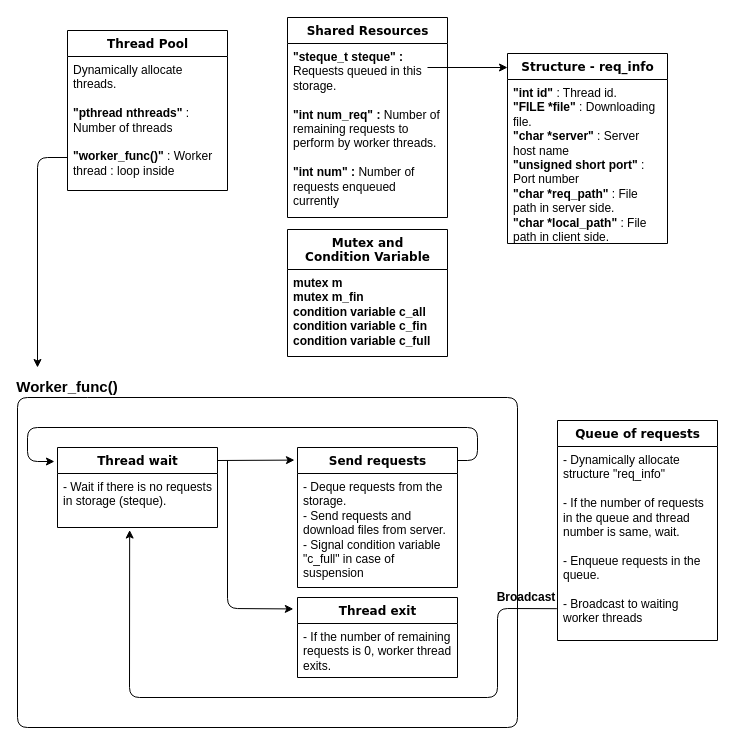
The draw.io diagram pr-second.drawio in kimilg/drawings, before the edit. Source tidied: cells renumbered, new cells numbered last; positions are measured from the earlier drawing's top-left corner, leaving out a move shared by most shapes. Both pictures are drawn from the tidied source at 100%, with x=0, y=0 at pixel (17, 17).
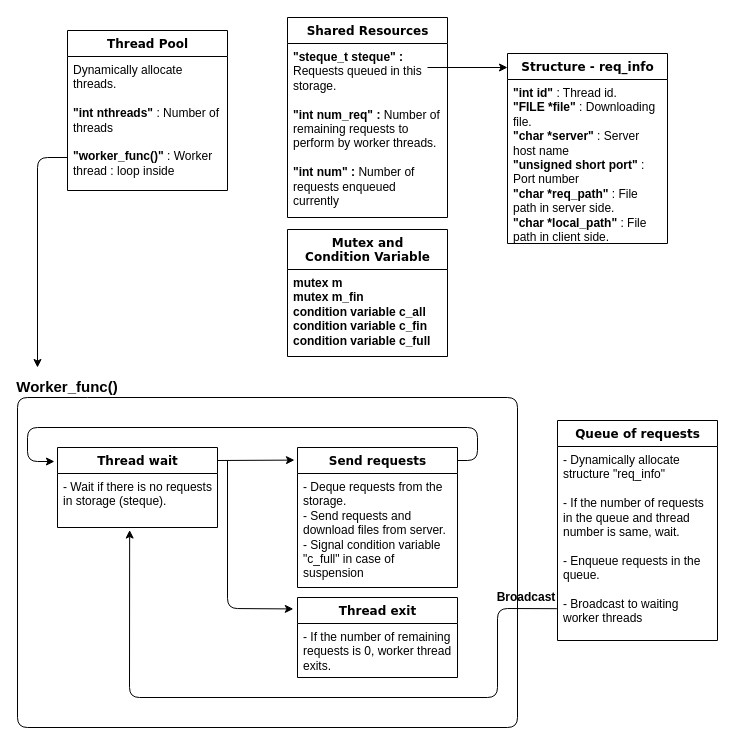
The same page after the edit.

Unchanged cells that the change refers to:
```xml
<mxCell id="2" value="Thread Pool" style="swimlane;html=1;fontStyle=1;align=center;verticalAlign=top;horizontal=1;startSize=26;swimlaneFillColor=#ffffff;rounded=0;shadow=0;comic=0;labelBackgroundColor=none;strokeWidth=1;fillColor=none;fontFamily=Verdana;fontSize=12;" parent="1" vertex="1">
  <mxGeometry x="50" y="13" width="160" height="160" as="geometry" />
</mxCell>
```

Diff of the diagram source:
```diff
@@
-    <mxCell id="3" value="Dynamically allocate threads.&lt;br&gt;&lt;br&gt;&lt;b&gt;&quot;pthread nthreads&quot;&lt;/b&gt; : Number of threads&lt;br&gt;&lt;br&gt;&lt;b&gt;&quot;worker_func()&quot; &lt;/b&gt;: Worker thread : loop inside&amp;nbsp;" style="text;html=1;strokeColor=none;fillColor=none;align=left;verticalAlign=top;spacingLeft=4;spacingRight=4;whiteSpace=wrap;overflow=hidden;" parent="2" vertex="1">
+    <mxCell id="3" value="Dynamically allocate threads.&lt;br&gt;&lt;br&gt;&lt;b&gt;&quot;int nthreads&quot;&lt;/b&gt; : Number of threads&lt;br&gt;&lt;br&gt;&lt;b&gt;&quot;worker_func()&quot; &lt;/b&gt;: Worker thread : loop inside&amp;nbsp;" style="text;html=1;strokeColor=none;fillColor=none;align=left;verticalAlign=top;spacingLeft=4;spacingRight=4;whiteSpace=wrap;overflow=hidden;" parent="2" vertex="1">
       <mxGeometry y="26" width="160" height="134" as="geometry" />
     </mxCell>
```
